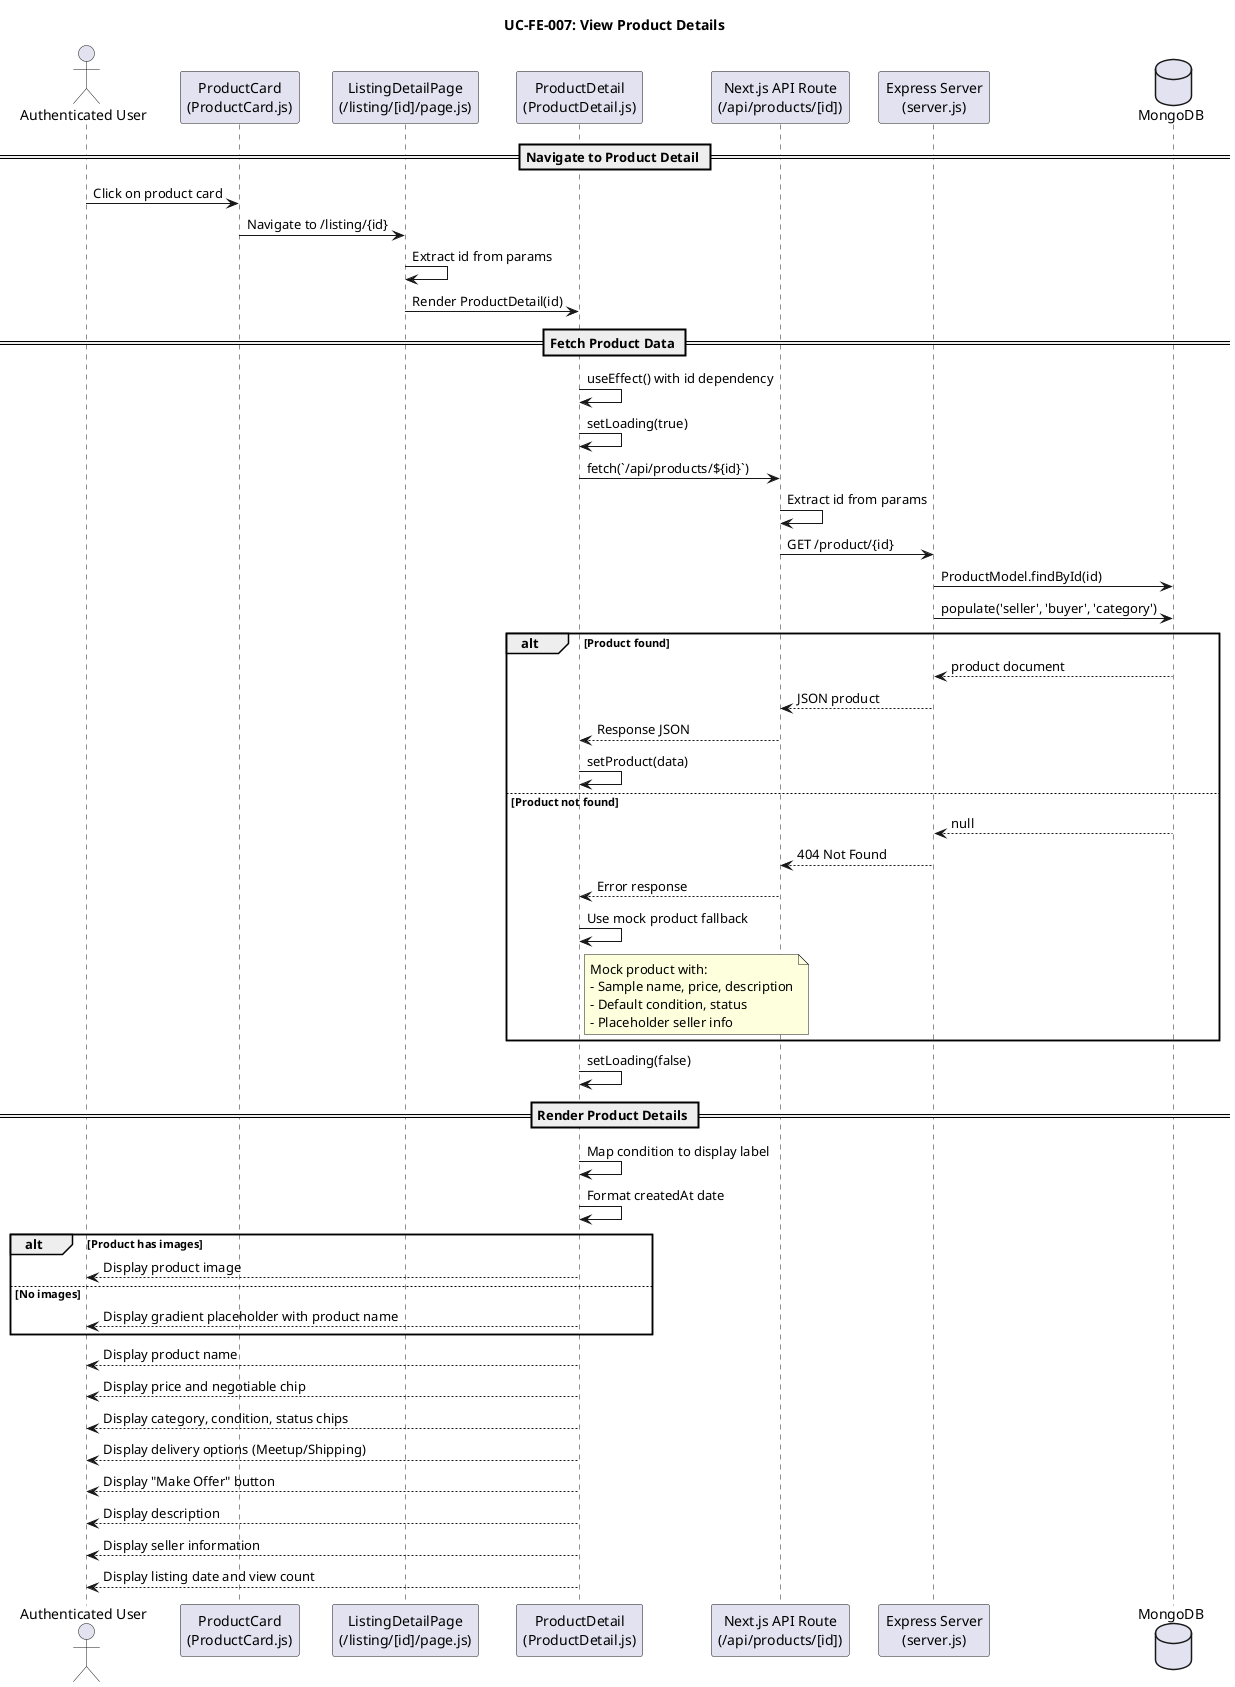
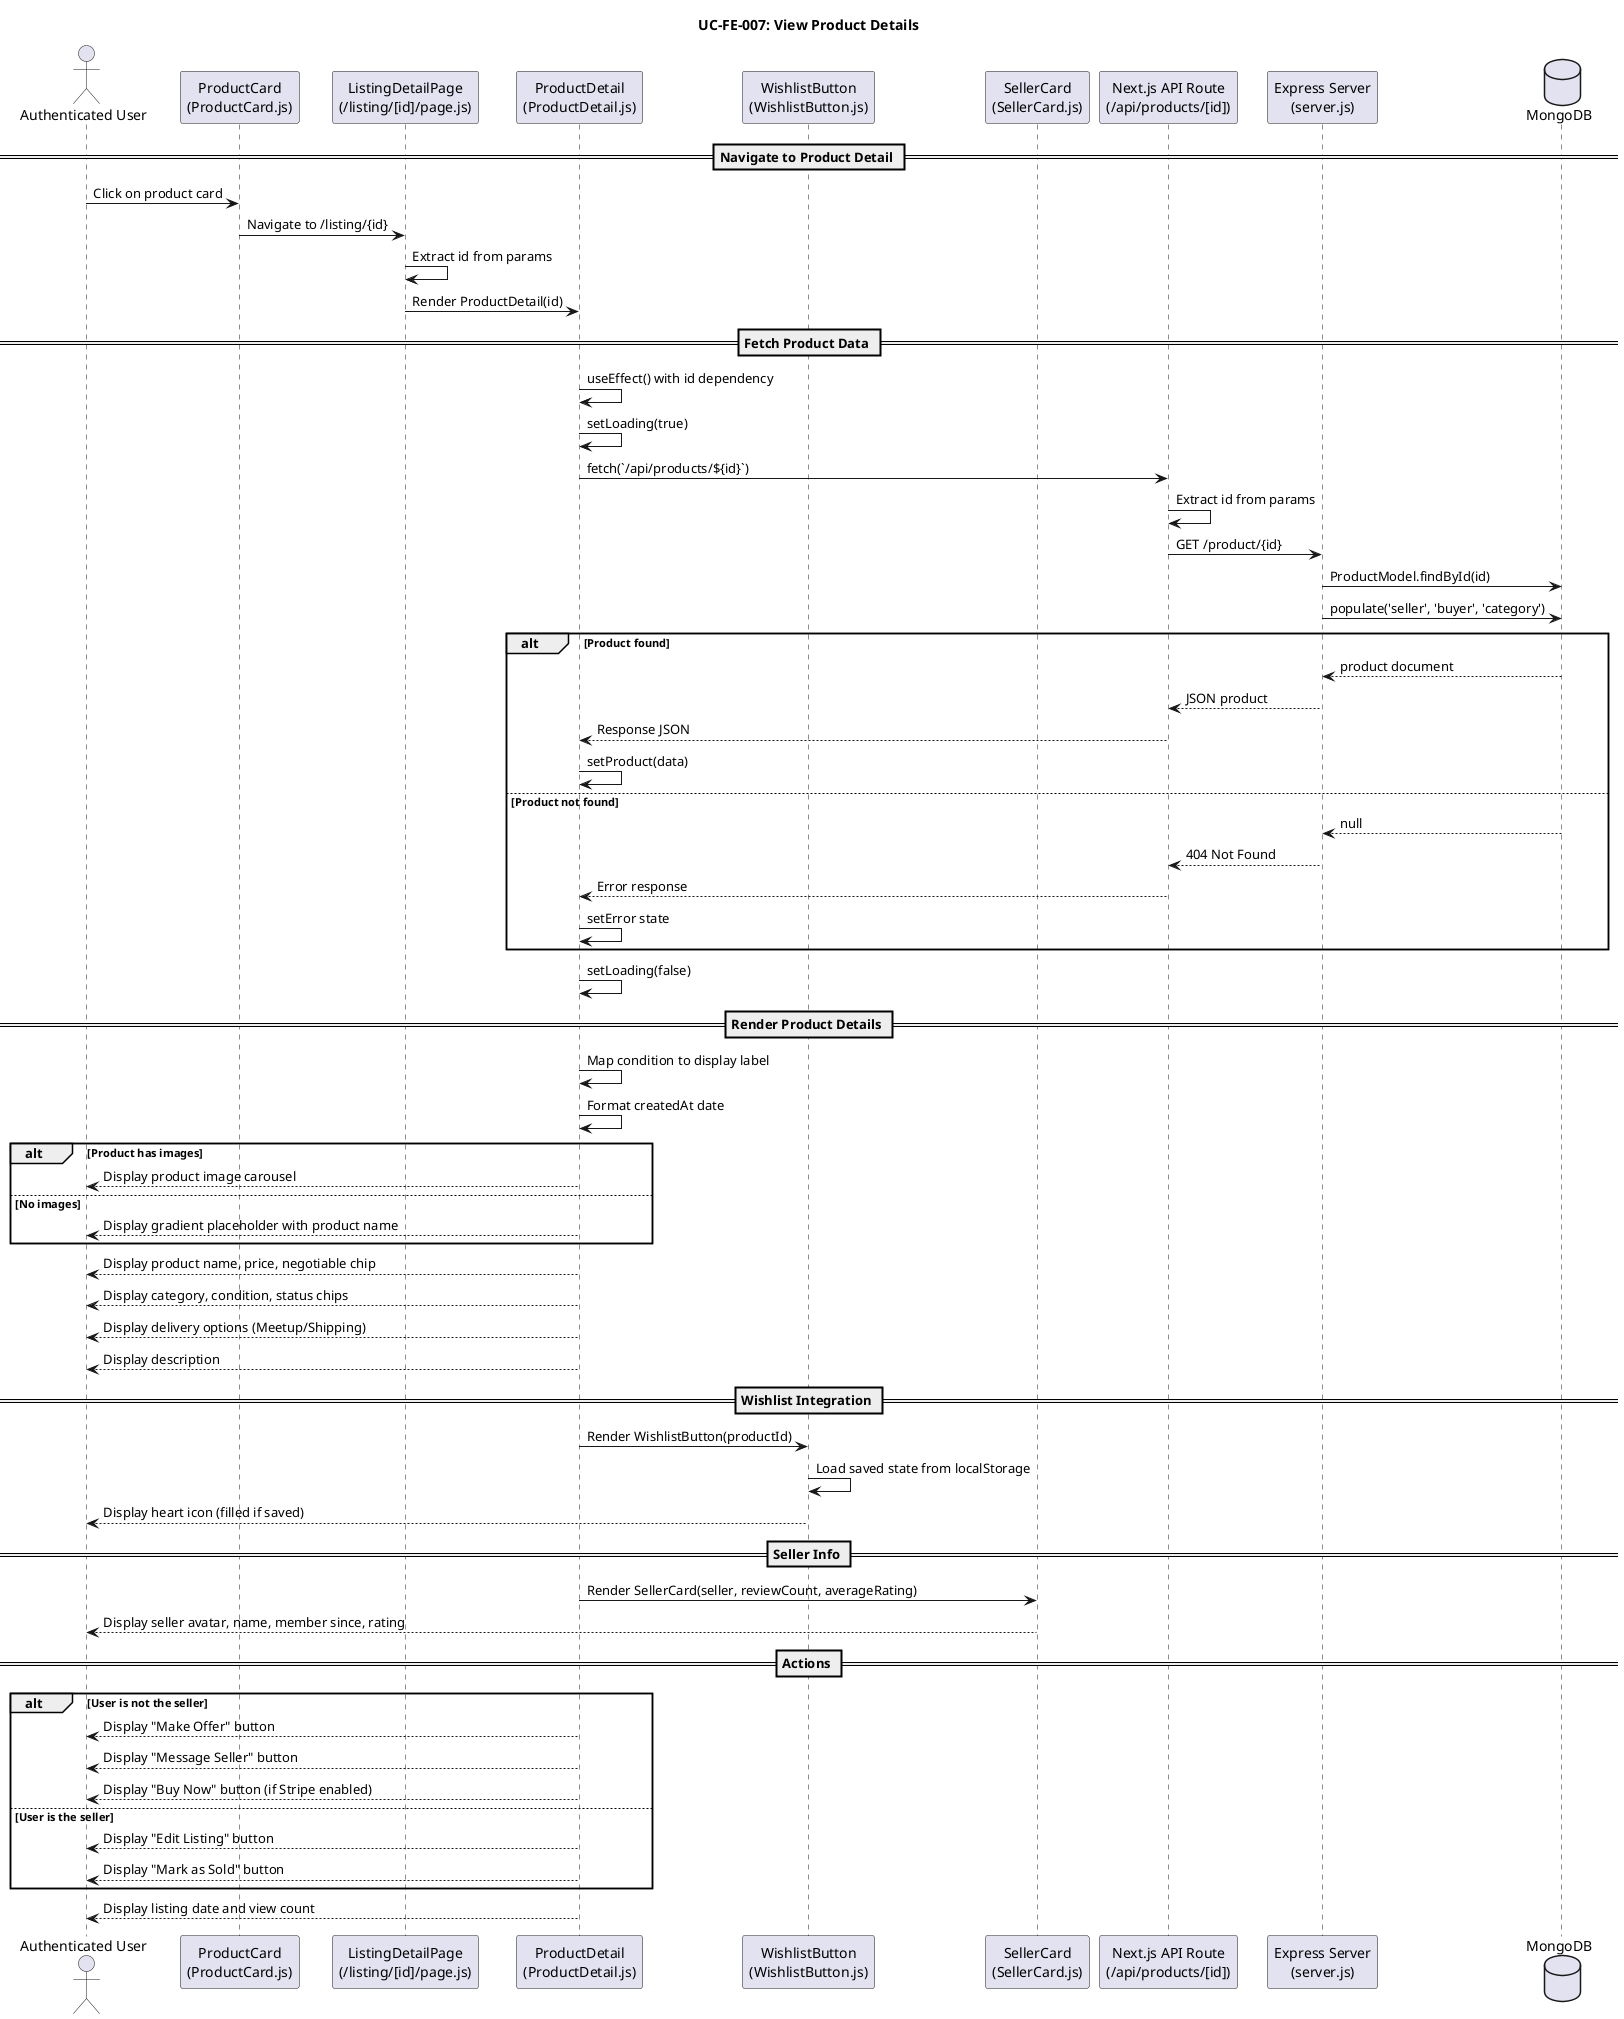
@startuml
title UC-FE-007: View Product Details

actor "Authenticated User" as user
participant "ProductCard\n(ProductCard.js)" as productCard
participant "ListingDetailPage\n(/listing/[id]/page.js)" as detailPage
participant "ProductDetail\n(ProductDetail.js)" as productDetail
+ participant "WishlistButton\n(WishlistButton.js)" as wishlist
+ participant "SellerCard\n(SellerCard.js)" as sellerCard
participant "Next.js API Route\n(/api/products/[id])" as apiRoute
participant "Express Server\n(server.js)" as expressServer
database "MongoDB" as mongodb

== Navigate to Product Detail ==
user -> productCard : Click on product card
productCard -> detailPage : Navigate to /listing/{id}
detailPage -> detailPage : Extract id from params
detailPage -> productDetail : Render ProductDetail(id)

== Fetch Product Data ==
productDetail -> productDetail : useEffect() with id dependency
productDetail -> productDetail : setLoading(true)
productDetail -> apiRoute : fetch(`/api/products/${id}`)
apiRoute -> apiRoute : Extract id from params
apiRoute -> expressServer : GET /product/{id}
expressServer -> mongodb : ProductModel.findById(id)
expressServer -> mongodb : populate('seller', 'buyer', 'category')

alt Product found
    mongodb --> expressServer : product document
    expressServer --> apiRoute : JSON product
    apiRoute --> productDetail : Response JSON
    productDetail -> productDetail : setProduct(data)
else Product not found
    mongodb --> expressServer : null
    expressServer --> apiRoute : 404 Not Found
    apiRoute --> productDetail : Error response
-     productDetail -> productDetail : Use mock product fallback
-     note right of productDetail
-         Mock product with:
-         - Sample name, price, description
-         - Default condition, status
-         - Placeholder seller info
-     end note
+     productDetail -> productDetail : setError state
end

productDetail -> productDetail : setLoading(false)

== Render Product Details ==
productDetail -> productDetail : Map condition to display label
productDetail -> productDetail : Format createdAt date

alt Product has images
-     productDetail --> user : Display product image
+     productDetail --> user : Display product image carousel
else No images
    productDetail --> user : Display gradient placeholder with product name
end

- productDetail --> user : Display product name
- productDetail --> user : Display price and negotiable chip
+ productDetail --> user : Display product name, price, negotiable chip
productDetail --> user : Display category, condition, status chips
productDetail --> user : Display delivery options (Meetup/Shipping)
- productDetail --> user : Display "Make Offer" button
productDetail --> user : Display description
- productDetail --> user : Display seller information
+ 
+ == Wishlist Integration ==
+ productDetail -> wishlist : Render WishlistButton(productId)
+ wishlist -> wishlist : Load saved state from localStorage
+ wishlist --> user : Display heart icon (filled if saved)
+ 
+ == Seller Info ==
+ productDetail -> sellerCard : Render SellerCard(seller, reviewCount, averageRating)
+ sellerCard --> user : Display seller avatar, name, member since, rating
+ 
+ == Actions ==
+ alt User is not the seller
+     productDetail --> user : Display "Make Offer" button
+     productDetail --> user : Display "Message Seller" button
+     productDetail --> user : Display "Buy Now" button (if Stripe enabled)
+ else User is the seller
+     productDetail --> user : Display "Edit Listing" button
+     productDetail --> user : Display "Mark as Sold" button
+ end
+ 
productDetail --> user : Display listing date and view count

@enduml
- 
